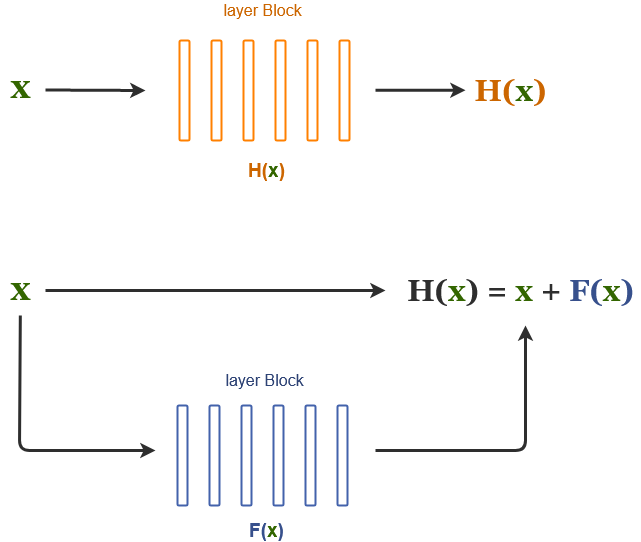
This is images/residuals.png from alexkowsik/deep-learning-online, a draw.io export, as it was before one commit. Source tidied: cells renumbered, new cells last; positions are measured from the earlier drawing's top-left corner, leaving out a move shared by most shapes. Its diagram source:
```xml
<mxGraphModel>
  <root>
    <mxCell id="0" />
    <mxCell id="1" parent="0" />
    <mxCell id="2" style="rounded=1;whiteSpace=wrap;html=1;strokeWidth=2;strokeColor=#FF8000;" parent="1" vertex="1">
      <mxGeometry x="179" y="40" width="10" height="100" as="geometry" />
    </mxCell>
    <mxCell id="3" style="rounded=1;whiteSpace=wrap;html=1;strokeWidth=2;strokeColor=#FF8000;" parent="1" vertex="1">
      <mxGeometry x="211" y="40" width="10" height="100" as="geometry" />
    </mxCell>
    <mxCell id="4" style="rounded=1;whiteSpace=wrap;html=1;strokeWidth=2;strokeColor=#FF8000;" parent="1" vertex="1">
      <mxGeometry x="243" y="40" width="10" height="100" as="geometry" />
    </mxCell>
    <mxCell id="5" style="rounded=1;whiteSpace=wrap;html=1;strokeWidth=2;strokeColor=#FF8000;" parent="1" vertex="1">
      <mxGeometry x="275" y="40" width="10" height="100" as="geometry" />
    </mxCell>
    <mxCell id="6" style="rounded=1;whiteSpace=wrap;html=1;strokeWidth=2;strokeColor=#FF8000;" parent="1" vertex="1">
      <mxGeometry x="307" y="40" width="10" height="100" as="geometry" />
    </mxCell>
    <mxCell id="7" style="rounded=1;whiteSpace=wrap;html=1;strokeWidth=2;strokeColor=#FF8000;" parent="1" vertex="1">
      <mxGeometry x="339" y="40" width="10" height="100" as="geometry" />
    </mxCell>
    <mxCell id="8" style="endArrow=classic;html=1;strokeWidth=3;fontColor=#2E2E2E;strokeColor=#2E2E2E;" parent="1" edge="1">
      <mxGeometry relative="1" as="geometry">
        <mxPoint x="45" y="89.5" as="sourcePoint" />
        <mxPoint x="145" y="90" as="targetPoint" />
      </mxGeometry>
    </mxCell>
    <mxCell id="9" style="endArrow=classic;html=1;strokeWidth=3;fontColor=#2E2E2E;strokeColor=#2E2E2E;" parent="1" edge="1">
      <mxGeometry relative="1" as="geometry">
        <mxPoint x="375" y="89.8" as="sourcePoint" />
        <mxPoint x="465" y="89.8" as="targetPoint" />
      </mxGeometry>
    </mxCell>
    <mxCell id="10" value="&lt;h1 style=&quot;font-size: 34px&quot;&gt;&lt;font style=&quot;font-size: 34px&quot; face=&quot;Georgia&quot; color=&quot;#336600&quot;&gt;x&lt;/font&gt;&lt;/h1&gt;" style="text;html=1;align=center;verticalAlign=middle;fontColor=#2E2E2E;" parent="1" vertex="1">
      <mxGeometry y="50" width="40" height="70" as="geometry" />
    </mxCell>
    <mxCell id="11" value="&lt;h1 style=&quot;font-size: 30px&quot;&gt;&lt;font style=&quot;font-size: 30px&quot; face=&quot;Georgia&quot; color=&quot;#CC6600&quot;&gt;H(&lt;font color=&quot;#336600&quot;&gt;x&lt;/font&gt;)&lt;/font&gt;&lt;/h1&gt;" style="text;html=1;align=center;verticalAlign=middle;" parent="1" vertex="1">
      <mxGeometry x="465" y="60" width="90" height="60" as="geometry" />
    </mxCell>
    <mxCell id="12" style="rounded=1;whiteSpace=wrap;html=1;strokeWidth=2;fontColor=#4362AB;strokeColor=#4362AB;" parent="1" vertex="1">
      <mxGeometry x="177" y="405" width="10" height="100" as="geometry" />
    </mxCell>
    <mxCell id="13" style="rounded=1;whiteSpace=wrap;html=1;strokeWidth=2;fontColor=#4362AB;strokeColor=#4362AB;" parent="1" vertex="1">
      <mxGeometry x="209" y="405" width="10" height="100" as="geometry" />
    </mxCell>
    <mxCell id="14" style="rounded=1;whiteSpace=wrap;html=1;strokeWidth=2;fontColor=#4362AB;strokeColor=#4362AB;" parent="1" vertex="1">
      <mxGeometry x="241" y="405" width="10" height="100" as="geometry" />
    </mxCell>
    <mxCell id="15" style="rounded=1;whiteSpace=wrap;html=1;strokeWidth=2;fontColor=#4362AB;strokeColor=#4362AB;" parent="1" vertex="1">
      <mxGeometry x="273" y="405" width="10" height="100" as="geometry" />
    </mxCell>
    <mxCell id="16" style="rounded=1;whiteSpace=wrap;html=1;strokeWidth=2;fontColor=#4362AB;strokeColor=#4362AB;" parent="1" vertex="1">
      <mxGeometry x="305" y="405" width="10" height="100" as="geometry" />
    </mxCell>
    <mxCell id="17" style="rounded=1;whiteSpace=wrap;html=1;strokeWidth=2;fontColor=#4362AB;strokeColor=#4362AB;" parent="1" vertex="1">
      <mxGeometry x="337" y="405" width="10" height="100" as="geometry" />
    </mxCell>
    <mxCell id="18" style="endArrow=classic;html=1;strokeWidth=3;fontColor=#2E2E2E;strokeColor=#2E2E2E;" parent="1" edge="1" source="20">
      <mxGeometry relative="1" as="geometry">
        <mxPoint x="155" y="450" as="targetPoint" />
        <Array as="points">
          <mxPoint x="19" y="450" />
        </Array>
      </mxGeometry>
    </mxCell>
    <mxCell id="19" style="endArrow=classic;html=1;strokeWidth=3;fontColor=#2E2E2E;strokeColor=#2E2E2E;" parent="1" edge="1">
      <mxGeometry relative="1" as="geometry">
        <mxPoint x="375" y="450" as="sourcePoint" />
        <mxPoint x="525" y="325" as="targetPoint" />
        <Array as="points">
          <mxPoint x="525" y="450" />
        </Array>
      </mxGeometry>
    </mxCell>
    <mxCell id="20" value="&lt;h1 style=&quot;font-size: 34px&quot;&gt;&lt;font style=&quot;font-size: 34px&quot; face=&quot;Georgia&quot; color=&quot;#336600&quot;&gt;x&lt;/font&gt;&lt;/h1&gt;" style="text;html=1;align=center;verticalAlign=middle;points=[];spacingBottom=-4;fontColor=#2E2E2E;" parent="1" vertex="1">
      <mxGeometry y="255" width="40" height="60" as="geometry" />
    </mxCell>
    <mxCell id="21" value="&lt;h1 style=&quot;font-size: 30px&quot;&gt;&lt;font style=&quot;font-size: 30px&quot; face=&quot;Georgia&quot;&gt;&lt;font color=&quot;#2E2E2E&quot;&gt;H(&lt;font color=&quot;#336600&quot;&gt;x&lt;/font&gt;) = &lt;font color=&quot;#CC6600&quot;&gt;&lt;font color=&quot;#336600&quot;&gt;x&lt;/font&gt; &lt;/font&gt;+ &lt;/font&gt;&lt;font color=&quot;#37508C&quot;&gt;F(&lt;font color=&quot;#336600&quot;&gt;x&lt;/font&gt;)&lt;/font&gt;&lt;br&gt;&lt;/font&gt;&lt;/h1&gt;" style="text;html=1;align=center;verticalAlign=middle;" parent="1" vertex="1">
      <mxGeometry x="400" y="260" width="240" height="60" as="geometry" />
    </mxCell>
    <mxCell id="22" style="endArrow=classic;html=1;strokeWidth=3;fontColor=#2E2E2E;strokeColor=#2E2E2E;" parent="1" edge="1">
      <mxGeometry relative="1" as="geometry">
        <mxPoint x="45" y="290" as="sourcePoint" />
        <mxPoint x="385" y="290" as="targetPoint" />
      </mxGeometry>
    </mxCell>
    <mxCell id="23" value="&lt;font style=&quot;font-size: 16px&quot; color=&quot;#CC6600&quot;&gt;layer Block&lt;/font&gt;" style="text;html=1;align=center;verticalAlign=middle;" parent="1" vertex="1">
      <mxGeometry x="217" width="90" height="20" as="geometry" />
    </mxCell>
    <mxCell id="24" value="&lt;font style=&quot;font-size: 16px&quot; color=&quot;#2E4375&quot;&gt;layer Block&lt;/font&gt;" style="text;html=1;align=center;verticalAlign=middle;fontColor=#4362AB;" parent="1" vertex="1">
      <mxGeometry x="219" y="370" width="90" height="20" as="geometry" />
    </mxCell>
    <mxCell id="25" value="&lt;font style=&quot;font-size: 19px&quot; color=&quot;#CC6600&quot;&gt;&lt;b&gt;H(&lt;font color=&quot;#336600&quot;&gt;x&lt;/font&gt;)&lt;/b&gt;&lt;/font&gt;" style="text;html=1;align=center;verticalAlign=middle;" parent="1" vertex="1">
      <mxGeometry x="241" y="160" width="50" height="20" as="geometry" />
    </mxCell>
    <mxCell id="26" value="&lt;font style=&quot;font-size: 19px&quot; color=&quot;#37508C&quot;&gt;&lt;b&gt;F(&lt;font color=&quot;#336600&quot;&gt;x&lt;/font&gt;)&lt;/b&gt;&lt;/font&gt;" style="text;html=1;align=center;verticalAlign=middle;fontColor=#4362AB;" parent="1" vertex="1">
      <mxGeometry x="241" y="520" width="50" height="20" as="geometry" />
    </mxCell>
  </root>
</mxGraphModel>
```
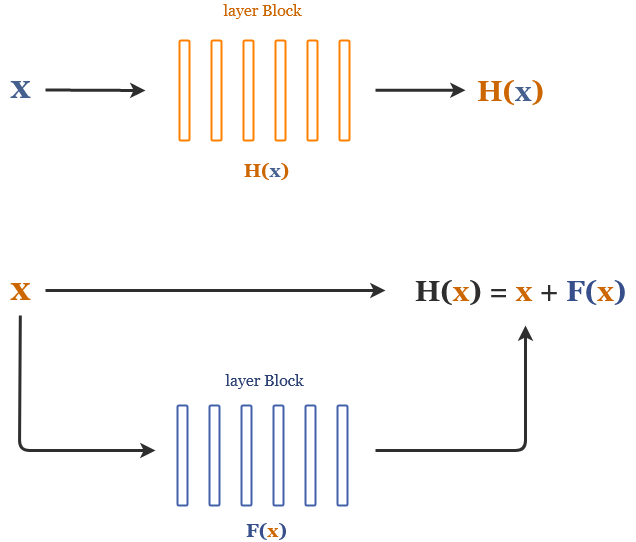
Later version of the same file.

Diff of the diagram source:
```diff
@@ -2,61 +2,61 @@
   <root>
     <mxCell id="0" />
     <mxCell id="1" parent="0" />
-    <mxCell id="2" style="rounded=1;whiteSpace=wrap;html=1;strokeWidth=2;strokeColor=#FF8000;" parent="1" vertex="1">
+    <mxCell id="2" style="rounded=1;whiteSpace=wrap;html=1;strokeWidth=2;strokeColor=#FF8000;fontFamily=Georgia;" parent="1" vertex="1">
       <mxGeometry x="179" y="40" width="10" height="100" as="geometry" />
     </mxCell>
-    <mxCell id="3" style="rounded=1;whiteSpace=wrap;html=1;strokeWidth=2;strokeColor=#FF8000;" parent="1" vertex="1">
+    <mxCell id="3" style="rounded=1;whiteSpace=wrap;html=1;strokeWidth=2;strokeColor=#FF8000;fontFamily=Georgia;" parent="1" vertex="1">
       <mxGeometry x="211" y="40" width="10" height="100" as="geometry" />
     </mxCell>
-    <mxCell id="4" style="rounded=1;whiteSpace=wrap;html=1;strokeWidth=2;strokeColor=#FF8000;" parent="1" vertex="1">
+    <mxCell id="4" style="rounded=1;whiteSpace=wrap;html=1;strokeWidth=2;strokeColor=#FF8000;fontFamily=Georgia;" parent="1" vertex="1">
       <mxGeometry x="243" y="40" width="10" height="100" as="geometry" />
     </mxCell>
-    <mxCell id="5" style="rounded=1;whiteSpace=wrap;html=1;strokeWidth=2;strokeColor=#FF8000;" parent="1" vertex="1">
+    <mxCell id="5" style="rounded=1;whiteSpace=wrap;html=1;strokeWidth=2;strokeColor=#FF8000;fontFamily=Georgia;" parent="1" vertex="1">
       <mxGeometry x="275" y="40" width="10" height="100" as="geometry" />
     </mxCell>
-    <mxCell id="6" style="rounded=1;whiteSpace=wrap;html=1;strokeWidth=2;strokeColor=#FF8000;" parent="1" vertex="1">
+    <mxCell id="6" style="rounded=1;whiteSpace=wrap;html=1;strokeWidth=2;strokeColor=#FF8000;fontFamily=Georgia;" parent="1" vertex="1">
       <mxGeometry x="307" y="40" width="10" height="100" as="geometry" />
     </mxCell>
-    <mxCell id="7" style="rounded=1;whiteSpace=wrap;html=1;strokeWidth=2;strokeColor=#FF8000;" parent="1" vertex="1">
+    <mxCell id="7" style="rounded=1;whiteSpace=wrap;html=1;strokeWidth=2;strokeColor=#FF8000;fontFamily=Georgia;" parent="1" vertex="1">
       <mxGeometry x="339" y="40" width="10" height="100" as="geometry" />
     </mxCell>
-    <mxCell id="8" style="endArrow=classic;html=1;strokeWidth=3;fontColor=#2E2E2E;strokeColor=#2E2E2E;" parent="1" edge="1">
+    <mxCell id="8" style="endArrow=classic;html=1;strokeWidth=3;fontColor=#2E2E2E;strokeColor=#2E2E2E;fontFamily=Georgia;" parent="1" edge="1">
       <mxGeometry relative="1" as="geometry">
         <mxPoint x="45" y="89.5" as="sourcePoint" />
         <mxPoint x="145" y="90" as="targetPoint" />
       </mxGeometry>
     </mxCell>
-    <mxCell id="9" style="endArrow=classic;html=1;strokeWidth=3;fontColor=#2E2E2E;strokeColor=#2E2E2E;" parent="1" edge="1">
+    <mxCell id="9" style="endArrow=classic;html=1;strokeWidth=3;fontColor=#2E2E2E;strokeColor=#2E2E2E;fontFamily=Georgia;" parent="1" edge="1">
       <mxGeometry relative="1" as="geometry">
         <mxPoint x="375" y="89.8" as="sourcePoint" />
         <mxPoint x="465" y="89.8" as="targetPoint" />
       </mxGeometry>
     </mxCell>
-    <mxCell id="10" value="&lt;h1 style=&quot;font-size: 34px&quot;&gt;&lt;font style=&quot;font-size: 34px&quot; face=&quot;Georgia&quot; color=&quot;#336600&quot;&gt;x&lt;/font&gt;&lt;/h1&gt;" style="text;html=1;align=center;verticalAlign=middle;fontColor=#2E2E2E;" parent="1" vertex="1">
+    <mxCell id="10" value="&lt;h1 style=&quot;font-size: 34px&quot;&gt;&lt;font style=&quot;font-size: 34px&quot; color=&quot;#45608F&quot;&gt;x&lt;/font&gt;&lt;/h1&gt;" style="text;html=1;align=center;verticalAlign=middle;fontColor=#2E2E2E;fontFamily=Georgia;" parent="1" vertex="1">
       <mxGeometry y="50" width="40" height="70" as="geometry" />
     </mxCell>
-    <mxCell id="11" value="&lt;h1 style=&quot;font-size: 30px&quot;&gt;&lt;font style=&quot;font-size: 30px&quot; face=&quot;Georgia&quot; color=&quot;#CC6600&quot;&gt;H(&lt;font color=&quot;#336600&quot;&gt;x&lt;/font&gt;)&lt;/font&gt;&lt;/h1&gt;" style="text;html=1;align=center;verticalAlign=middle;" parent="1" vertex="1">
-      <mxGeometry x="465" y="60" width="90" height="60" as="geometry" />
+    <mxCell id="11" value="&lt;h1 style=&quot;font-size: 28px&quot;&gt;&lt;font style=&quot;font-size: 28px&quot; color=&quot;#CC6600&quot;&gt;H(&lt;font style=&quot;font-size: 28px&quot; color=&quot;#45608F&quot;&gt;x&lt;/font&gt;)&lt;/font&gt;&lt;/h1&gt;" style="text;html=1;align=center;verticalAlign=middle;fontFamily=Georgia;" parent="1" vertex="1">
+      <mxGeometry x="470" y="60" width="80" height="60" as="geometry" />
     </mxCell>
-    <mxCell id="12" style="rounded=1;whiteSpace=wrap;html=1;strokeWidth=2;fontColor=#4362AB;strokeColor=#4362AB;" parent="1" vertex="1">
+    <mxCell id="12" style="rounded=1;whiteSpace=wrap;html=1;strokeWidth=2;fontColor=#4362AB;strokeColor=#4362AB;fontFamily=Georgia;" parent="1" vertex="1">
       <mxGeometry x="177" y="405" width="10" height="100" as="geometry" />
     </mxCell>
-    <mxCell id="13" style="rounded=1;whiteSpace=wrap;html=1;strokeWidth=2;fontColor=#4362AB;strokeColor=#4362AB;" parent="1" vertex="1">
+    <mxCell id="13" style="rounded=1;whiteSpace=wrap;html=1;strokeWidth=2;fontColor=#4362AB;strokeColor=#4362AB;fontFamily=Georgia;" parent="1" vertex="1">
       <mxGeometry x="209" y="405" width="10" height="100" as="geometry" />
     </mxCell>
-    <mxCell id="14" style="rounded=1;whiteSpace=wrap;html=1;strokeWidth=2;fontColor=#4362AB;strokeColor=#4362AB;" parent="1" vertex="1">
+    <mxCell id="14" style="rounded=1;whiteSpace=wrap;html=1;strokeWidth=2;fontColor=#4362AB;strokeColor=#4362AB;fontFamily=Georgia;" parent="1" vertex="1">
       <mxGeometry x="241" y="405" width="10" height="100" as="geometry" />
     </mxCell>
-    <mxCell id="15" style="rounded=1;whiteSpace=wrap;html=1;strokeWidth=2;fontColor=#4362AB;strokeColor=#4362AB;" parent="1" vertex="1">
+    <mxCell id="15" style="rounded=1;whiteSpace=wrap;html=1;strokeWidth=2;fontColor=#4362AB;strokeColor=#4362AB;fontFamily=Georgia;" parent="1" vertex="1">
       <mxGeometry x="273" y="405" width="10" height="100" as="geometry" />
     </mxCell>
-    <mxCell id="16" style="rounded=1;whiteSpace=wrap;html=1;strokeWidth=2;fontColor=#4362AB;strokeColor=#4362AB;" parent="1" vertex="1">
+    <mxCell id="16" style="rounded=1;whiteSpace=wrap;html=1;strokeWidth=2;fontColor=#4362AB;strokeColor=#4362AB;fontFamily=Georgia;" parent="1" vertex="1">
       <mxGeometry x="305" y="405" width="10" height="100" as="geometry" />
     </mxCell>
-    <mxCell id="17" style="rounded=1;whiteSpace=wrap;html=1;strokeWidth=2;fontColor=#4362AB;strokeColor=#4362AB;" parent="1" vertex="1">
+    <mxCell id="17" style="rounded=1;whiteSpace=wrap;html=1;strokeWidth=2;fontColor=#4362AB;strokeColor=#4362AB;fontFamily=Georgia;" parent="1" vertex="1">
       <mxGeometry x="337" y="405" width="10" height="100" as="geometry" />
     </mxCell>
-    <mxCell id="18" style="endArrow=classic;html=1;strokeWidth=3;fontColor=#2E2E2E;strokeColor=#2E2E2E;" parent="1" edge="1" source="20">
+    <mxCell id="18" style="endArrow=classic;html=1;strokeWidth=3;fontColor=#2E2E2E;strokeColor=#2E2E2E;fontFamily=Georgia;" parent="1" edge="1" source="20">
       <mxGeometry relative="1" as="geometry">
         <mxPoint x="155" y="450" as="targetPoint" />
         <Array as="points">
@@ -64,7 +64,7 @@
         </Array>
       </mxGeometry>
     </mxCell>
-    <mxCell id="19" style="endArrow=classic;html=1;strokeWidth=3;fontColor=#2E2E2E;strokeColor=#2E2E2E;" parent="1" edge="1">
+    <mxCell id="19" style="endArrow=classic;html=1;strokeWidth=3;fontColor=#2E2E2E;strokeColor=#2E2E2E;fontFamily=Georgia;" parent="1" edge="1">
       <mxGeometry relative="1" as="geometry">
         <mxPoint x="375" y="450" as="sourcePoint" />
         <mxPoint x="525" y="325" as="targetPoint" />
@@ -73,29 +73,29 @@
         </Array>
       </mxGeometry>
     </mxCell>
-    <mxCell id="20" value="&lt;h1 style=&quot;font-size: 34px&quot;&gt;&lt;font style=&quot;font-size: 34px&quot; face=&quot;Georgia&quot; color=&quot;#336600&quot;&gt;x&lt;/font&gt;&lt;/h1&gt;" style="text;html=1;align=center;verticalAlign=middle;points=[];spacingBottom=-4;fontColor=#2E2E2E;" parent="1" vertex="1">
+    <mxCell id="20" value="&lt;h1 style=&quot;font-size: 34px&quot;&gt;&lt;font style=&quot;font-size: 34px&quot; color=&quot;#CC6600&quot;&gt;x&lt;/font&gt;&lt;/h1&gt;" style="text;html=1;align=center;verticalAlign=middle;points=[];spacingBottom=-4;fontColor=#2E2E2E;fontFamily=Georgia;" parent="1" vertex="1">
       <mxGeometry y="255" width="40" height="60" as="geometry" />
     </mxCell>
-    <mxCell id="21" value="&lt;h1 style=&quot;font-size: 30px&quot;&gt;&lt;font style=&quot;font-size: 30px&quot; face=&quot;Georgia&quot;&gt;&lt;font color=&quot;#2E2E2E&quot;&gt;H(&lt;font color=&quot;#336600&quot;&gt;x&lt;/font&gt;) = &lt;font color=&quot;#CC6600&quot;&gt;&lt;font color=&quot;#336600&quot;&gt;x&lt;/font&gt; &lt;/font&gt;+ &lt;/font&gt;&lt;font color=&quot;#37508C&quot;&gt;F(&lt;font color=&quot;#336600&quot;&gt;x&lt;/font&gt;)&lt;/font&gt;&lt;br&gt;&lt;/font&gt;&lt;/h1&gt;" style="text;html=1;align=center;verticalAlign=middle;" parent="1" vertex="1">
-      <mxGeometry x="400" y="260" width="240" height="60" as="geometry" />
+    <mxCell id="21" value="&lt;h1 style=&quot;font-size: 28px&quot;&gt;&lt;font style=&quot;font-size: 28px&quot;&gt;&lt;font style=&quot;font-size: 28px&quot; color=&quot;#2E2E2E&quot;&gt;H(&lt;font style=&quot;font-size: 28px&quot; color=&quot;#CC6600&quot;&gt;x&lt;/font&gt;) = &lt;font style=&quot;font-size: 28px&quot; color=&quot;#CC6600&quot;&gt;x &lt;/font&gt;+ &lt;/font&gt;&lt;font style=&quot;font-size: 28px&quot; color=&quot;#37508C&quot;&gt;F(&lt;font style=&quot;font-size: 28px&quot; color=&quot;#CC6600&quot;&gt;x&lt;/font&gt;)&lt;/font&gt;&lt;br&gt;&lt;/font&gt;&lt;/h1&gt;" style="text;html=1;align=center;verticalAlign=middle;fontFamily=Georgia;" parent="1" vertex="1">
+      <mxGeometry x="405" y="260" width="230" height="60" as="geometry" />
     </mxCell>
-    <mxCell id="22" style="endArrow=classic;html=1;strokeWidth=3;fontColor=#2E2E2E;strokeColor=#2E2E2E;" parent="1" edge="1">
+    <mxCell id="22" style="endArrow=classic;html=1;strokeWidth=3;fontColor=#2E2E2E;strokeColor=#2E2E2E;fontFamily=Georgia;" parent="1" edge="1">
       <mxGeometry relative="1" as="geometry">
         <mxPoint x="45" y="290" as="sourcePoint" />
         <mxPoint x="385" y="290" as="targetPoint" />
       </mxGeometry>
     </mxCell>
-    <mxCell id="23" value="&lt;font style=&quot;font-size: 16px&quot; color=&quot;#CC6600&quot;&gt;layer Block&lt;/font&gt;" style="text;html=1;align=center;verticalAlign=middle;" parent="1" vertex="1">
+    <mxCell id="23" value="&lt;font style=&quot;font-size: 16px&quot; color=&quot;#CC6600&quot;&gt;layer Block&lt;/font&gt;" style="text;html=1;align=center;verticalAlign=middle;fontFamily=Georgia;" parent="1" vertex="1">
       <mxGeometry x="217" width="90" height="20" as="geometry" />
     </mxCell>
-    <mxCell id="24" value="&lt;font style=&quot;font-size: 16px&quot; color=&quot;#2E4375&quot;&gt;layer Block&lt;/font&gt;" style="text;html=1;align=center;verticalAlign=middle;fontColor=#4362AB;" parent="1" vertex="1">
+    <mxCell id="24" value="&lt;font style=&quot;font-size: 16px&quot; color=&quot;#2E4375&quot;&gt;layer Block&lt;/font&gt;" style="text;html=1;align=center;verticalAlign=middle;fontColor=#4362AB;fontFamily=Georgia;" parent="1" vertex="1">
       <mxGeometry x="219" y="370" width="90" height="20" as="geometry" />
     </mxCell>
-    <mxCell id="25" value="&lt;font style=&quot;font-size: 19px&quot; color=&quot;#CC6600&quot;&gt;&lt;b&gt;H(&lt;font color=&quot;#336600&quot;&gt;x&lt;/font&gt;)&lt;/b&gt;&lt;/font&gt;" style="text;html=1;align=center;verticalAlign=middle;" parent="1" vertex="1">
-      <mxGeometry x="241" y="160" width="50" height="20" as="geometry" />
+    <mxCell id="25" value="&lt;font style=&quot;font-size: 19px&quot; color=&quot;#CC6600&quot;&gt;&lt;b&gt;H(&lt;font color=&quot;#45608F&quot;&gt;x&lt;/font&gt;)&lt;/b&gt;&lt;/font&gt;" style="text;html=1;align=center;verticalAlign=middle;fontFamily=Georgia;" parent="1" vertex="1">
+      <mxGeometry x="236" y="160" width="60" height="20" as="geometry" />
     </mxCell>
-    <mxCell id="26" value="&lt;font style=&quot;font-size: 19px&quot; color=&quot;#37508C&quot;&gt;&lt;b&gt;F(&lt;font color=&quot;#336600&quot;&gt;x&lt;/font&gt;)&lt;/b&gt;&lt;/font&gt;" style="text;html=1;align=center;verticalAlign=middle;fontColor=#4362AB;" parent="1" vertex="1">
-      <mxGeometry x="241" y="520" width="50" height="20" as="geometry" />
+    <mxCell id="26" value="&lt;font style=&quot;font-size: 19px&quot; color=&quot;#37508C&quot;&gt;&lt;b&gt;F(&lt;font color=&quot;#CC6600&quot;&gt;x&lt;/font&gt;)&lt;/b&gt;&lt;/font&gt;" style="text;html=1;align=center;verticalAlign=middle;fontColor=#4362AB;fontFamily=Georgia;" parent="1" vertex="1">
+      <mxGeometry x="236" y="520" width="60" height="20" as="geometry" />
     </mxCell>
   </root>
 </mxGraphModel>
```
